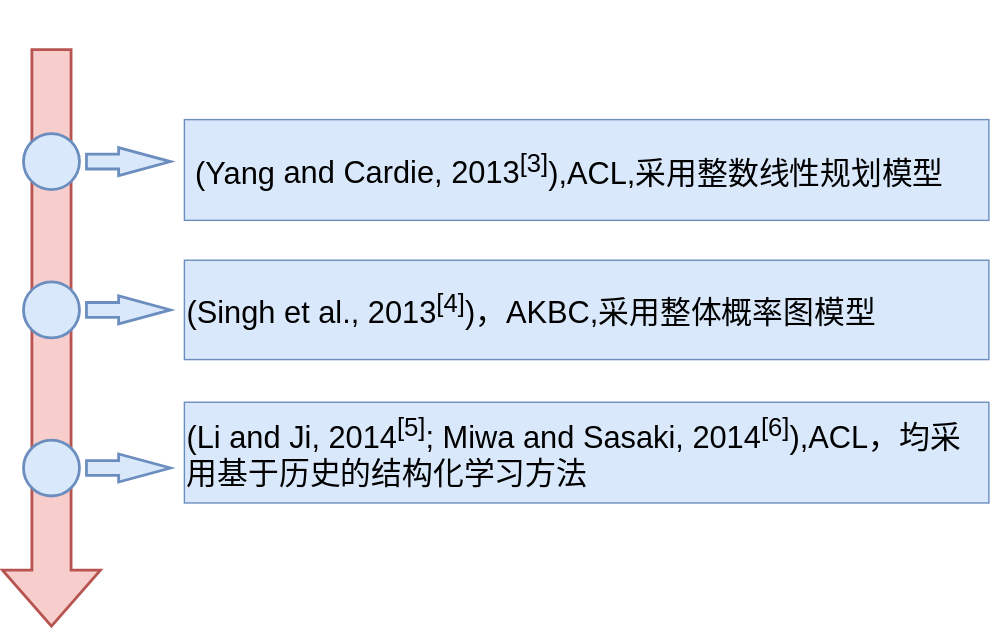
bigbigkid/awesome-knowledge-graph keeps this draw.io diagram as Untitled Diagram.svg. Above is the earlier version. Source tidied: cells renumbered, new cells last; positions are measured from the earlier drawing's top-left corner, leaving out a move shared by most shapes. Source of this version:
```xml
<mxGraphModel>
  <root>
    <mxCell id="0" />
    <mxCell id="1" parent="0" />
    <mxCell id="2" style="verticalLabelPosition=bottom;verticalAlign=top;html=1;strokeWidth=2;shape=mxgraph.arrows2.arrow;dy=0.6;dx=40;notch=0;fillColor=#f8cecc;strokeColor=#b85450;direction=south;" parent="1" vertex="1">
      <mxGeometry y="30" width="70" height="412" as="geometry" />
    </mxCell>
    <mxCell id="3" style="strokeWidth=2;html=1;shape=mxgraph.flowchart.start_2;whiteSpace=wrap;fillColor=#dae8fc;strokeColor=#6c8ebf;" parent="1" vertex="1">
      <mxGeometry x="15" y="90" width="40" height="40" as="geometry" />
    </mxCell>
    <mxCell id="4" style="strokeWidth=2;html=1;shape=mxgraph.flowchart.start_2;whiteSpace=wrap;fillColor=#dae8fc;strokeColor=#6c8ebf;" parent="1" vertex="1">
      <mxGeometry x="15" y="196" width="40" height="40" as="geometry" />
    </mxCell>
    <mxCell id="5" style="strokeWidth=2;html=1;shape=mxgraph.flowchart.start_2;whiteSpace=wrap;fillColor=#dae8fc;strokeColor=#6c8ebf;" parent="1" vertex="1">
      <mxGeometry x="15" y="309" width="40" height="40" as="geometry" />
    </mxCell>
    <mxCell id="6" value="&lt;font&gt;&lt;span style=&quot;font-size: 26px&quot;&gt;&lt;br&gt;&lt;/span&gt;&lt;/font&gt;" style="text;html=1;align=center;verticalAlign=middle;rotation=0;" parent="1" vertex="1">
      <mxGeometry x="500" width="20" height="20" as="geometry" />
    </mxCell>
    <mxCell id="7" style="edgeStyle=orthogonalEdgeStyle;rounded=0;orthogonalLoop=1;jettySize=auto;html=1;exitX=1;exitY=0.5;exitDx=0;exitDy=0;exitPerimeter=0;" parent="1" edge="1" source="2" target="2">
      <mxGeometry relative="1" as="geometry" />
    </mxCell>
    <mxCell id="8" style="verticalLabelPosition=bottom;verticalAlign=top;html=1;strokeWidth=2;shape=mxgraph.arrows2.arrow;dy=0.47;dx=37;notch=0;fillColor=#dae8fc;strokeColor=#6c8ebf;" parent="1" vertex="1">
      <mxGeometry x="60" y="100" width="60" height="20" as="geometry" />
    </mxCell>
    <mxCell id="9" value="&lt;div style=&quot;font-size: 22px&quot;&gt;&lt;span&gt;&amp;nbsp;(Yang&amp;nbsp;&lt;/span&gt;&lt;font style=&quot;font-size: 22px&quot;&gt;and Cardie, 2013&lt;sup&gt;[3]&lt;/sup&gt;&lt;/font&gt;&lt;font style=&quot;text-align: center&quot;&gt;),ACL,采用&lt;/font&gt;&lt;span style=&quot;text-align: center&quot;&gt;整数线性规划模型&lt;/span&gt;&lt;/div&gt;" style="whiteSpace=wrap;html=1;fillColor=#dae8fc;strokeColor=#6c8ebf;align=left;" parent="1" vertex="1">
      <mxGeometry x="130" y="80" width="575" height="72" as="geometry" />
    </mxCell>
    <mxCell id="10" style="verticalLabelPosition=bottom;verticalAlign=top;html=1;strokeWidth=2;shape=mxgraph.arrows2.arrow;dy=0.47;dx=37;notch=0;fillColor=#dae8fc;strokeColor=#6c8ebf;" parent="1" vertex="1">
      <mxGeometry x="60" y="206" width="60" height="20" as="geometry" />
    </mxCell>
    <mxCell id="11" value="&lt;div&gt;&lt;font style=&quot;font-size: 22px&quot;&gt;(Li and Ji, 2014&lt;sup&gt;[5]&lt;/sup&gt;; Miwa and Sasaki, 2014&lt;sup&gt;[6]&lt;/sup&gt;),ACL，均采用基于历史的结构化学习方法&lt;/font&gt;&lt;/div&gt;" style="whiteSpace=wrap;html=1;fillColor=#dae8fc;strokeColor=#6c8ebf;align=left;" parent="1" vertex="1">
      <mxGeometry x="130" y="282" width="575" height="72" as="geometry" />
    </mxCell>
    <mxCell id="12" style="verticalLabelPosition=bottom;verticalAlign=top;html=1;strokeWidth=2;shape=mxgraph.arrows2.arrow;dy=0.47;dx=37;notch=0;fillColor=#dae8fc;strokeColor=#6c8ebf;" parent="1" vertex="1">
      <mxGeometry x="60" y="319" width="60" height="20" as="geometry" />
    </mxCell>
    <mxCell id="13" value="&lt;div&gt;&lt;div&gt;&lt;font style=&quot;font-size: 22px&quot;&gt;(Singh et al., 2013&lt;sup&gt;[4]&lt;/sup&gt;)，AKBC,采用整体概率图模型&lt;/font&gt;&lt;/div&gt;&lt;/div&gt;" style="whiteSpace=wrap;html=1;fillColor=#dae8fc;strokeColor=#6c8ebf;align=left;" parent="1" vertex="1">
      <mxGeometry x="130" y="180.5" width="575" height="71" as="geometry" />
    </mxCell>
    <mxCell id="14" style="edgeStyle=orthogonalEdgeStyle;rounded=0;orthogonalLoop=1;jettySize=auto;html=1;exitX=1;exitY=0.5;exitDx=0;exitDy=0;exitPerimeter=0;" parent="1" edge="1" source="2" target="2">
      <mxGeometry relative="1" as="geometry" />
    </mxCell>
    <mxCell id="15" style="edgeStyle=orthogonalEdgeStyle;rounded=0;orthogonalLoop=1;jettySize=auto;html=1;exitX=1;exitY=0.5;exitDx=0;exitDy=0;exitPerimeter=0;" parent="1" edge="1" source="2" target="2">
      <mxGeometry relative="1" as="geometry" />
    </mxCell>
  </root>
</mxGraphModel>
```
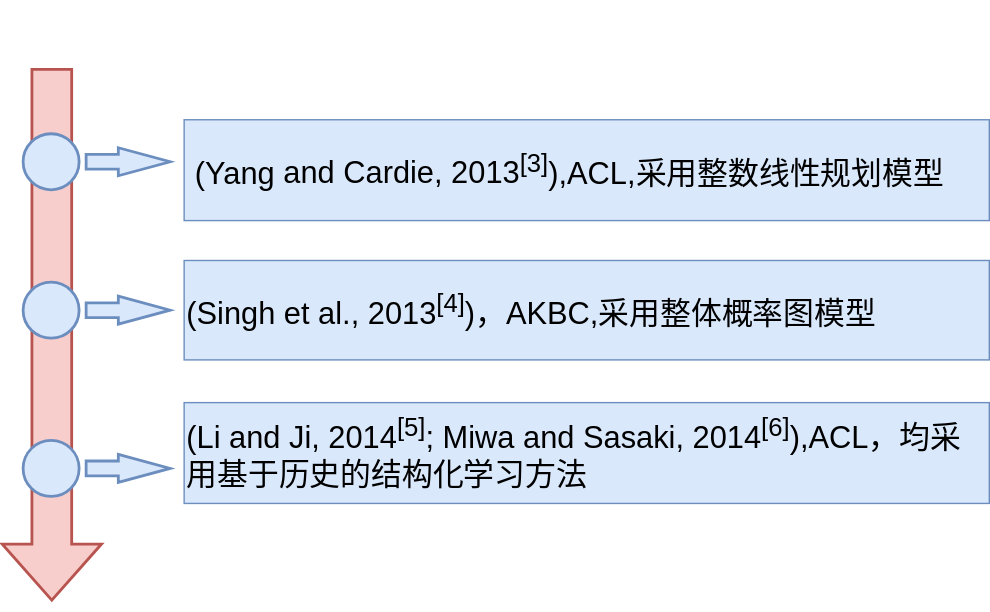
The same diagram one commit later.

Diff of the diagram source:
```diff
@@ -3,7 +3,7 @@
     <mxCell id="0" />
     <mxCell id="1" parent="0" />
     <mxCell id="2" style="verticalLabelPosition=bottom;verticalAlign=top;html=1;strokeWidth=2;shape=mxgraph.arrows2.arrow;dy=0.6;dx=40;notch=0;fillColor=#f8cecc;strokeColor=#b85450;direction=south;" parent="1" vertex="1">
-      <mxGeometry y="30" width="70" height="412" as="geometry" />
+      <mxGeometry y="44" width="71" height="379" as="geometry" />
     </mxCell>
     <mxCell id="3" style="strokeWidth=2;html=1;shape=mxgraph.flowchart.start_2;whiteSpace=wrap;fillColor=#dae8fc;strokeColor=#6c8ebf;" parent="1" vertex="1">
       <mxGeometry x="15" y="90" width="40" height="40" as="geometry" />
@@ -44,5 +44,8 @@
     <mxCell id="15" style="edgeStyle=orthogonalEdgeStyle;rounded=0;orthogonalLoop=1;jettySize=auto;html=1;exitX=1;exitY=0.5;exitDx=0;exitDy=0;exitPerimeter=0;" parent="1" edge="1" source="2" target="2">
       <mxGeometry relative="1" as="geometry" />
     </mxCell>
+    <mxCell id="16" style="edgeStyle=orthogonalEdgeStyle;rounded=0;orthogonalLoop=1;jettySize=auto;html=1;exitX=1;exitY=0.5;exitDx=0;exitDy=0;exitPerimeter=0;" parent="1" edge="1" source="2" target="2">
+      <mxGeometry relative="1" as="geometry" />
+    </mxCell>
   </root>
 </mxGraphModel>
```
